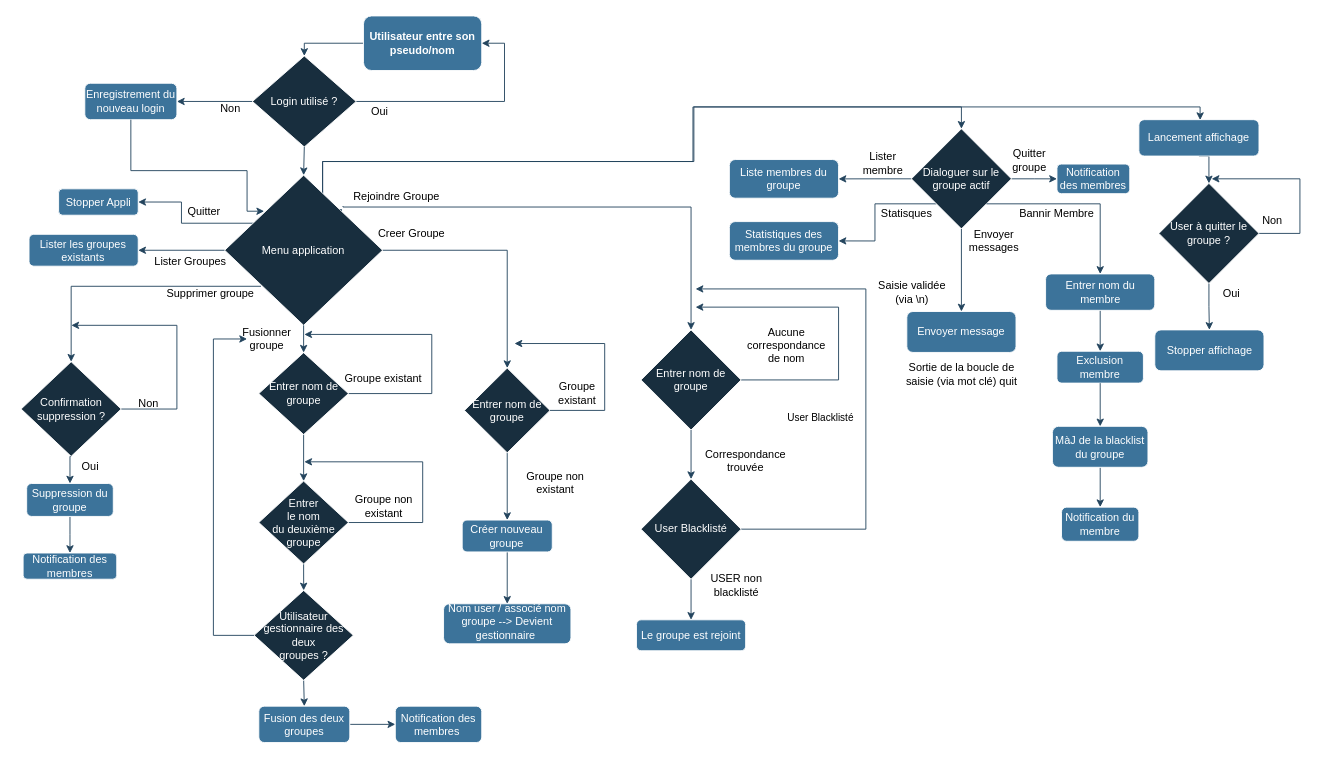
Above: docs/Diagramme/DiagrammeFlux_Projet_a_jourV3.drawio in clementfvrl/projet_linux (draw.io), before the change. Source tidied: cells renumbered, new cells numbered last; positions are measured from the earlier drawing's top-left corner, leaving out a move shared by most shapes. Both pictures are drawn from the tidied source at 91%, with x=0, y=0 at pixel (21, 15).
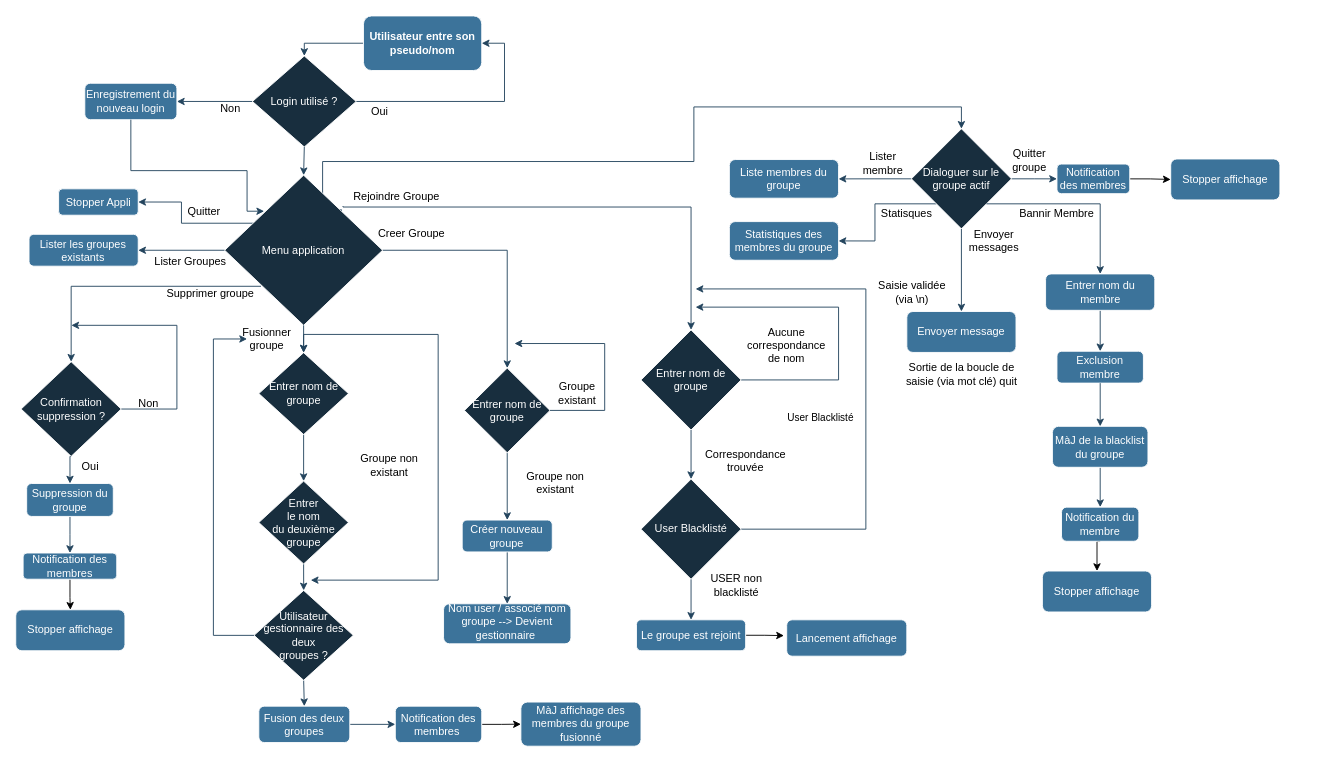
Above is the later version.

Commit message (it also covers changes not shown here):
Màj Diagramme

Unchanged cells that the change refers to:
```xml
<mxCell id="27" value="Menu application" style="rhombus;whiteSpace=wrap;html=1;points=[[0,0.5,0,0,0],[0.23,0.74,0,0,0],[0.25,0.24,0,0,0],[0.5,0,0,0,0],[0.5,1,0,0,0],[0.74,0.24,0,0,0],[0.76,0.74,0,0,0],[1,0.5,0,0,0]];fillColor=#182E3E;strokeColor=#FFFFFF;labelBackgroundColor=none;fontColor=#FFFFFF;" parent="1" vertex="1">
  <mxGeometry x="223.4" y="175" width="173.5" height="165" as="geometry" />
</mxCell>
<mxCell id="44" value="Notification des membres&amp;nbsp;" style="rounded=1;whiteSpace=wrap;html=1;fillColor=light-dark(#3C739A, #37688b);strokeColor=#FFFFFF;labelBackgroundColor=none;fontColor=#FFFFFF;" parent="1" vertex="1">
  <mxGeometry x="410.9" y="758.5" width="95" height="40" as="geometry" />
</mxCell>
<mxCell id="45" value="Notification du membre" style="rounded=1;whiteSpace=wrap;html=1;fillColor=light-dark(#3C739A, #37688b);strokeColor=#FFFFFF;labelBackgroundColor=none;fontColor=#FFFFFF;" parent="1" vertex="1">
  <mxGeometry x="1143" y="539.8" width="85" height="37.5" as="geometry" />
</mxCell>
<mxCell id="62" value="Notification des membres" style="rounded=1;whiteSpace=wrap;html=1;fillColor=light-dark(#3C739A, #37688b);strokeColor=#FFFFFF;labelBackgroundColor=none;fontColor=#FFFFFF;" parent="1" vertex="1">
  <mxGeometry x="1.9" y="590.2" width="102.9" height="28.8" as="geometry" />
</mxCell>
<mxCell id="67" value="Entrer &lt;br&gt;le nom &lt;br&gt;du deuxième &lt;br&gt;groupe" style="rhombus;whiteSpace=wrap;html=1;fillColor=#182E3E;strokeColor=#FFFFFF;labelBackgroundColor=none;fontColor=#FFFFFF;" parent="1" vertex="1">
  <mxGeometry x="260.9" y="511.2" width="98.5" height="91" as="geometry" />
</mxCell>
<mxCell id="92" value="Notification des membres" style="rounded=1;whiteSpace=wrap;html=1;fillColor=light-dark(#3C739A, #37688b);strokeColor=#FFFFFF;labelBackgroundColor=none;fontColor=#FFFFFF;" parent="1" vertex="1">
  <mxGeometry x="1138" y="162.8" width="80" height="32.5" as="geometry" />
</mxCell>
<mxCell id="96" value="Entrer nom de groupe" style="rhombus;whiteSpace=wrap;html=1;fillColor=#182E3E;strokeColor=#FFFFFF;labelBackgroundColor=none;fontColor=#FFFFFF;" parent="1" vertex="1">
  <mxGeometry x="260.9" y="370" width="98.5" height="90" as="geometry" />
</mxCell>
<mxCell id="101" value="Le groupe est rejoint" style="rounded=1;whiteSpace=wrap;html=1;fillColor=light-dark(#3C739A, #37688b);strokeColor=#FFFFFF;labelBackgroundColor=none;fontColor=#FFFFFF;" parent="1" vertex="1">
  <mxGeometry x="675.9" y="663.6" width="120" height="34" as="geometry" />
</mxCell>
```

Diff of the diagram source:
```diff
@@
-    <mxCell id="26" style="edgeStyle=orthogonalEdgeStyle;rounded=0;jettySize=auto;html=1;exitX=0.74;exitY=0.24;exitDx=0;exitDy=0;exitPerimeter=0;entryX=0.51;entryY=0.011;entryDx=0;entryDy=0;labelBackgroundColor=none;strokeColor=#23445D;fontColor=default;entryPerimeter=0;" parent="1" edge="1" source="27" target="55">
-      <mxGeometry relative="1" as="geometry">
-        <Array as="points">
-          <mxPoint x="352" y="213" />
-          <mxPoint x="331" y="213" />
-          <mxPoint x="331" y="160" />
-          <mxPoint x="738" y="160" />
-          <mxPoint x="738" y="100" />
-          <mxPoint x="1295" y="100" />
-        </Array>
-      </mxGeometry>
-    </mxCell>
@@
+    <mxCell id="102" style="edgeStyle=orthogonalEdgeStyle;rounded=0;jettySize=auto;html=1;exitX=1;exitY=0.5;exitDx=0;exitDy=0;" parent="1" edge="1" source="44" target="108">
+      <mxGeometry relative="1" as="geometry" />
+    </mxCell>
@@
+    <mxCell id="103" style="edgeStyle=orthogonalEdgeStyle;rounded=0;jettySize=auto;html=1;exitX=0.5;exitY=1;exitDx=0;exitDy=0;entryX=0.5;entryY=0;entryDx=0;entryDy=0;" parent="1" edge="1" source="45" target="109">
+      <mxGeometry relative="1" as="geometry" />
+    </mxCell>
@@
-    <mxCell id="54" style="edgeStyle=orthogonalEdgeStyle;rounded=0;jettySize=auto;html=1;exitX=0.5;exitY=1;exitDx=0;exitDy=0;entryX=0.5;entryY=0;entryDx=0;entryDy=0;labelBackgroundColor=none;strokeColor=#23445D;fontColor=default;" parent="1" edge="1" source="55" target="76">
-      <mxGeometry relative="1" as="geometry" />
-    </mxCell>
     <mxCell id="55" value="Lancement affichage" style="rounded=1;whiteSpace=wrap;html=1;fillColor=light-dark(#3C739A, #37688b);strokeColor=#FFFFFF;labelBackgroundColor=none;fontColor=#FFFFFF;" parent="1" vertex="1">
-      <mxGeometry x="1228" y="114" width="132" height="40" as="geometry" />
+      <mxGeometry x="841" y="663.6" width="132" height="40" as="geometry" />
     </mxCell>
@@
+    <mxCell id="104" style="edgeStyle=orthogonalEdgeStyle;rounded=0;jettySize=auto;html=1;" parent="1" edge="1" source="62" target="107">
+      <mxGeometry relative="1" as="geometry" />
+    </mxCell>
@@
-    <mxCell id="65" style="edgeStyle=orthogonalEdgeStyle;rounded=0;jettySize=auto;html=1;exitX=1;exitY=0.5;exitDx=0;exitDy=0;labelBackgroundColor=none;strokeColor=#23445D;fontColor=default;" parent="1" edge="1" source="67">
+    <mxCell id="65" style="edgeStyle=orthogonalEdgeStyle;rounded=0;jettySize=auto;html=1;labelBackgroundColor=none;strokeColor=#23445D;fontColor=default;startArrow=classic;startFill=1;entryX=0.5;entryY=0;entryDx=0;entryDy=0;" parent="1" edge="1" target="96">
       <mxGeometry relative="1" as="geometry">
-        <mxPoint x="310.9" y="490" as="targetPoint" />
+        <mxPoint x="318" y="620" as="sourcePoint" />
         <Array as="points">
-          <mxPoint x="441" y="557" />
-          <mxPoint x="441" y="490" />
+          <mxPoint x="458" y="620" />
+          <mxPoint x="458" y="350" />
+          <mxPoint x="310" y="350" />
         </Array>
       </mxGeometry>
     </mxCell>
@@
     <mxCell id="68" value="Groupe non existant" style="text;html=1;align=center;verticalAlign=middle;whiteSpace=wrap;rounded=0;labelBackgroundColor=none;fontColor=default;" parent="1" vertex="1">
-      <mxGeometry x="362.2" y="524" width="72.5" height="30" as="geometry" />
+      <mxGeometry x="367.9" y="479" width="72.5" height="30" as="geometry" />
     </mxCell>
@@
-    <mxCell id="74" style="edgeStyle=orthogonalEdgeStyle;rounded=0;jettySize=auto;html=1;exitX=1;exitY=0.5;exitDx=0;exitDy=0;labelBackgroundColor=none;strokeColor=#23445D;fontColor=default;" parent="1" edge="1" source="76">
-      <mxGeometry relative="1" as="geometry">
-        <mxPoint x="1308" y="179" as="targetPoint" />
-        <Array as="points">
-          <mxPoint x="1405" y="239" />
-          <mxPoint x="1405" y="179" />
-        </Array>
-      </mxGeometry>
-    </mxCell>
-    <mxCell id="75" style="edgeStyle=orthogonalEdgeStyle;rounded=0;jettySize=auto;html=1;exitX=0.5;exitY=1;exitDx=0;exitDy=0;entryX=0.5;entryY=0;entryDx=0;entryDy=0;labelBackgroundColor=none;strokeColor=#23445D;fontColor=default;" parent="1" edge="1" source="76" target="77">
-      <mxGeometry relative="1" as="geometry" />
-    </mxCell>
-    <mxCell id="76" value="User à quitter le groupe ?" style="rhombus;whiteSpace=wrap;html=1;fillColor=#182E3E;strokeColor=#FFFFFF;labelBackgroundColor=none;fontColor=#FFFFFF;" parent="1" vertex="1">
-      <mxGeometry x="1250" y="184" width="110" height="110" as="geometry" />
-    </mxCell>
     <mxCell id="77" value="Stopper affichage" style="rounded=1;whiteSpace=wrap;html=1;fillColor=light-dark(#3C739A, #37688b);strokeColor=#FFFFFF;labelBackgroundColor=none;fontColor=#FFFFFF;" parent="1" vertex="1">
-      <mxGeometry x="1245.5" y="345" width="120" height="45" as="geometry" />
+      <mxGeometry x="1263" y="157.2" width="120" height="45" as="geometry" />
     </mxCell>
-    <mxCell id="78" value="Oui" style="text;html=1;align=center;verticalAlign=middle;whiteSpace=wrap;rounded=0;labelBackgroundColor=none;fontColor=default;" parent="1" vertex="1">
-      <mxGeometry x="1300" y="290" width="60" height="30" as="geometry" />
-    </mxCell>
-    <mxCell id="79" value="Non" style="text;html=1;align=center;verticalAlign=middle;whiteSpace=wrap;rounded=0;labelBackgroundColor=none;fontColor=default;" parent="1" vertex="1">
-      <mxGeometry x="1345.1" y="210" width="60" height="30" as="geometry" />
-    </mxCell>
@@
+    <mxCell id="105" style="edgeStyle=orthogonalEdgeStyle;rounded=0;jettySize=auto;html=1;exitX=1;exitY=0.5;exitDx=0;exitDy=0;" parent="1" edge="1" source="92" target="77">
+      <mxGeometry relative="1" as="geometry" />
+    </mxCell>
@@
-    <mxCell id="94" style="edgeStyle=orthogonalEdgeStyle;rounded=0;jettySize=auto;html=1;exitX=1;exitY=0.5;exitDx=0;exitDy=0;labelBackgroundColor=none;strokeColor=#23445D;fontColor=default;" parent="1" edge="1" source="96">
-      <mxGeometry relative="1" as="geometry">
-        <mxPoint x="310.9" y="350" as="targetPoint" />
-        <Array as="points">
-          <mxPoint x="451" y="415" />
-          <mxPoint x="451" y="350" />
-        </Array>
-      </mxGeometry>
-    </mxCell>
@@
-    <mxCell id="97" value="Groupe existant" style="text;strokeColor=none;align=center;fillColor=none;html=1;verticalAlign=middle;whiteSpace=wrap;rounded=0;labelBackgroundColor=none;fontColor=default;" parent="1" vertex="1">
-      <mxGeometry x="353.4" y="379" width="90" height="40" as="geometry" />
-    </mxCell>
@@
+    <mxCell id="106" style="edgeStyle=orthogonalEdgeStyle;rounded=0;jettySize=auto;html=1;exitX=1;exitY=0.5;exitDx=0;exitDy=0;" parent="1" edge="1" source="101">
+      <mxGeometry relative="1" as="geometry">
+        <mxPoint x="838" y="681" as="targetPoint" />
+      </mxGeometry>
+    </mxCell>
@@
+    <mxCell id="107" value="Stopper affichage" style="rounded=1;whiteSpace=wrap;html=1;fillColor=light-dark(#3C739A, #37688b);strokeColor=#FFFFFF;labelBackgroundColor=none;fontColor=#FFFFFF;" parent="1" vertex="1">
+      <mxGeometry x="-6.2" y="652.6" width="120" height="45" as="geometry" />
+    </mxCell>
+    <mxCell id="108" value="MàJ affichage des membres du groupe fusionné" style="rounded=1;whiteSpace=wrap;html=1;fillColor=light-dark(#3C739A, #37688b);strokeColor=#FFFFFF;labelBackgroundColor=none;fontColor=#FFFFFF;" parent="1" vertex="1">
+      <mxGeometry x="548.9" y="754" width="132" height="48.5" as="geometry" />
+    </mxCell>
+    <mxCell id="109" value="Stopper affichage" style="rounded=1;whiteSpace=wrap;html=1;fillColor=light-dark(#3C739A, #37688b);strokeColor=#FFFFFF;labelBackgroundColor=none;fontColor=#FFFFFF;" parent="1" vertex="1">
+      <mxGeometry x="1122" y="610" width="120" height="45" as="geometry" />
+    </mxCell>
```
